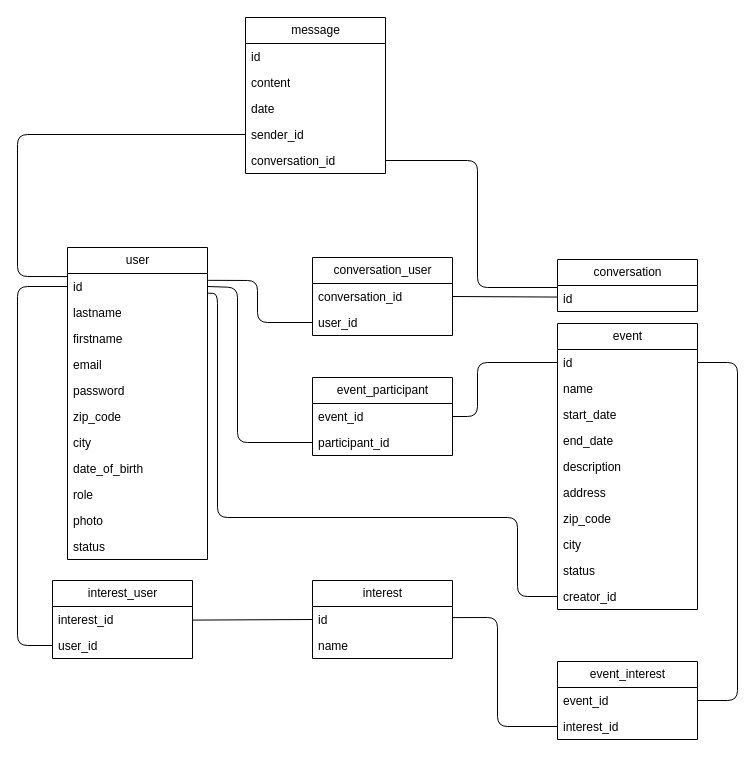
Above: conception/database_modelling/MLD/mld.drawio in LunaireFlare/orizon (draw.io), before the change. Source tidied: cells renumbered, new cells numbered last; positions are measured from the earlier drawing's top-left corner, leaving out a move shared by most shapes. Both pictures are drawn from the tidied source at 100%, with x=0, y=0 at pixel (17, 17).
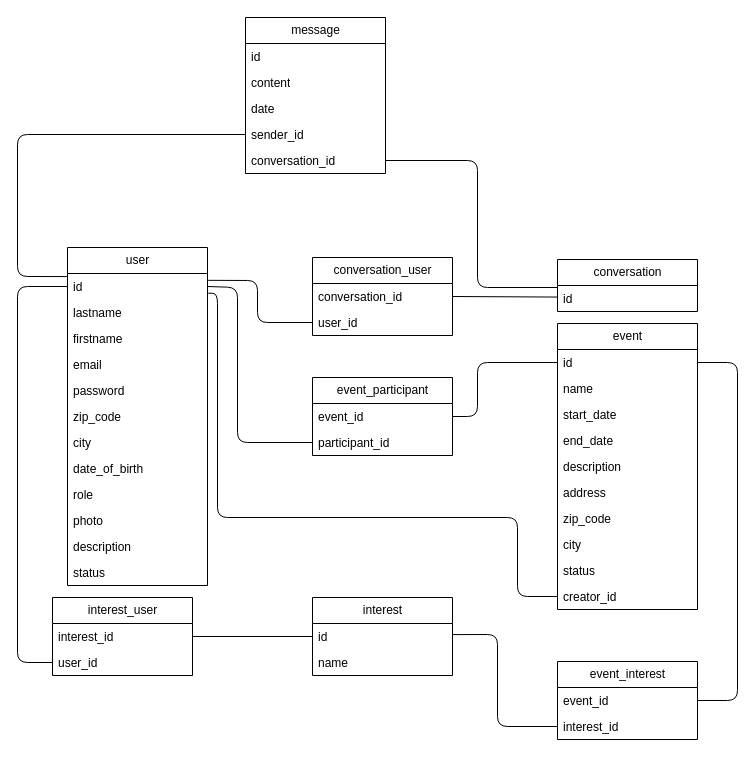
After the change.

Commit message (it also covers changes not shown here):
docs : add description into the table user

Unchanged cells that the change refers to:
```xml
<mxCell id="3" value="id" style="text;strokeColor=none;fillColor=none;align=left;verticalAlign=top;spacingLeft=4;spacingRight=4;overflow=hidden;points=[[0,0.5],[1,0.5]];portConstraint=eastwest;whiteSpace=wrap;html=1;" parent="2" vertex="1">
  <mxGeometry y="26" width="140" height="26" as="geometry" />
</mxCell>
<mxCell id="32" value="id" style="text;strokeColor=none;fillColor=none;align=left;verticalAlign=top;spacingLeft=4;spacingRight=4;overflow=hidden;points=[[0,0.5],[1,0.5]];portConstraint=eastwest;whiteSpace=wrap;html=1;" parent="31" vertex="1">
  <mxGeometry y="26" width="140" height="26" as="geometry" />
</mxCell>
<mxCell id="45" value="interest_id" style="text;strokeColor=none;fillColor=none;align=left;verticalAlign=top;spacingLeft=4;spacingRight=4;overflow=hidden;points=[[0,0.5],[1,0.5]];portConstraint=eastwest;whiteSpace=wrap;html=1;" parent="44" vertex="1">
  <mxGeometry y="26" width="140" height="26" as="geometry" />
</mxCell>
<mxCell id="46" value="user_id" style="text;strokeColor=none;fillColor=none;align=left;verticalAlign=top;spacingLeft=4;spacingRight=4;overflow=hidden;points=[[0,0.5],[1,0.5]];portConstraint=eastwest;whiteSpace=wrap;html=1;" parent="44" vertex="1">
  <mxGeometry y="52" width="140" height="26" as="geometry" />
</mxCell>
<mxCell id="56" value="interest_id" style="text;strokeColor=none;fillColor=none;align=left;verticalAlign=top;spacingLeft=4;spacingRight=4;overflow=hidden;points=[[0,0.5],[1,0.5]];portConstraint=eastwest;whiteSpace=wrap;html=1;" parent="54" vertex="1">
  <mxGeometry y="52" width="140" height="26" as="geometry" />
</mxCell>
```

The edit, as a diff of the source:
```diff
@@
     <mxCell id="2" value="user" style="swimlane;fontStyle=0;horizontal=1;startSize=26;fillColor=none;html=1;" parent="1" vertex="1">
-      <mxGeometry x="50" y="230" width="140" height="312" as="geometry" />
+      <mxGeometry x="50" y="230" width="140" height="338" as="geometry" />
     </mxCell>
@@
-    <mxCell id="13" value="status" style="text;strokeColor=none;fillColor=none;align=left;verticalAlign=top;spacingLeft=4;spacingRight=4;overflow=hidden;whiteSpace=wrap;html=1;" parent="2" vertex="1">
+    <mxCell id="13" value="description" style="text;strokeColor=none;fillColor=none;align=left;verticalAlign=top;spacingLeft=4;spacingRight=4;overflow=hidden;whiteSpace=wrap;html=1;" parent="2" vertex="1">
       <mxGeometry y="286" width="140" height="26" as="geometry" />
     </mxCell>
+    <mxCell id="59" value="status" style="text;strokeColor=none;fillColor=none;align=left;verticalAlign=top;spacingLeft=4;spacingRight=4;overflow=hidden;whiteSpace=wrap;html=1;" parent="2" vertex="1">
+      <mxGeometry y="312" width="140" height="26" as="geometry" />
+    </mxCell>
@@
     <mxCell id="31" value="interest" style="swimlane;fontStyle=0;horizontal=1;startSize=26;fillColor=none;html=1;" parent="1" vertex="1">
-      <mxGeometry x="295" y="563" width="140" height="78" as="geometry" />
+      <mxGeometry x="295" y="580" width="140" height="78" as="geometry" />
     </mxCell>
@@
     <mxCell id="42" style="endArrow=none;html=1;exitX=0;exitY=0.5;exitDx=0;exitDy=0;entryX=0;entryY=0.5;entryDx=0;entryDy=0;" parent="1" edge="1" source="46" target="3">
       <mxGeometry relative="1" as="geometry">
         <Array as="points">
-          <mxPoint y="628" />
+          <mxPoint y="645" />
           <mxPoint y="269" />
         </Array>
       </mxGeometry>
     </mxCell>
-    <mxCell id="43" style="endArrow=none;html=1;exitX=1;exitY=0.5;exitDx=0;exitDy=0;entryX=0;entryY=0.5;entryDx=0;entryDy=0;" parent="1" edge="1" target="32">
-      <mxGeometry relative="1" as="geometry">
-        <mxPoint x="174.9" y="602.6" as="sourcePoint" />
-      </mxGeometry>
+    <mxCell id="43" style="endArrow=none;html=1;exitX=1;exitY=0.5;exitDx=0;exitDy=0;entryX=0;entryY=0.5;entryDx=0;entryDy=0;" parent="1" edge="1" source="45" target="32">
+      <mxGeometry relative="1" as="geometry" />
     </mxCell>
     <mxCell id="44" value="interest_user" style="swimlane;fontStyle=0;horizontal=1;startSize=26;fillColor=none;html=1;" parent="1" vertex="1">
-      <mxGeometry x="35" y="563" width="140" height="78" as="geometry" />
+      <mxGeometry x="35" y="580" width="140" height="78" as="geometry" />
     </mxCell>
@@
     <mxCell id="57" style="endArrow=none;html=1;entryX=0;entryY=0.5;entryDx=0;entryDy=0;exitX=1.002;exitY=0.427;exitDx=0;exitDy=0;exitPerimeter=0;" parent="1" edge="1" source="32" target="56">
       <mxGeometry relative="1" as="geometry">
         <Array as="points">
-          <mxPoint x="480" y="600" />
+          <mxPoint x="480" y="617" />
           <mxPoint x="480" y="709" />
         </Array>
       </mxGeometry>
     </mxCell>
```
